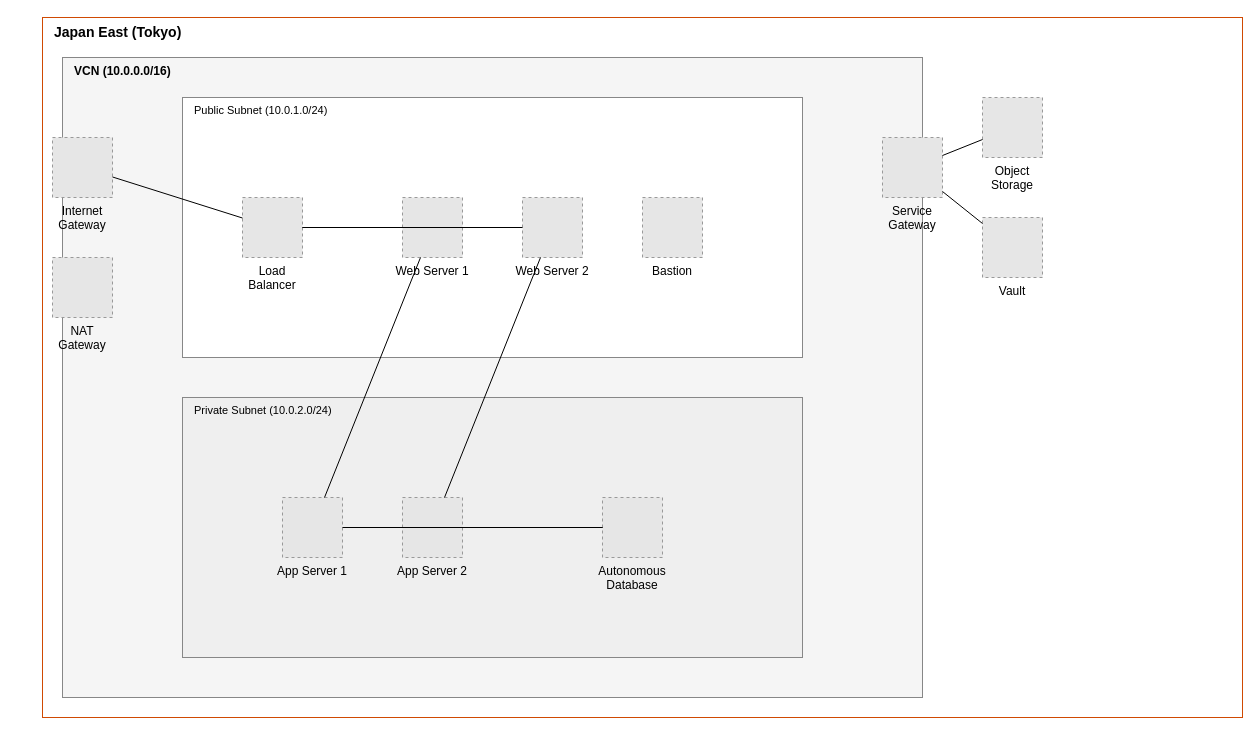
Earlier version of the draw.io diagram skills/oci-drawio/examples/basic-web-3tier.drawio (araidon/oci-skills). Source tidied: cells renumbered, new cells numbered last; positions are measured from the earlier drawing's top-left corner, leaving out a move shared by most shapes. Both pictures are drawn from the tidied source at 100%, with x=0, y=0 at pixel (42, 17). Pictures stored in the file or linked from it are replaced by grey dashed boxes.
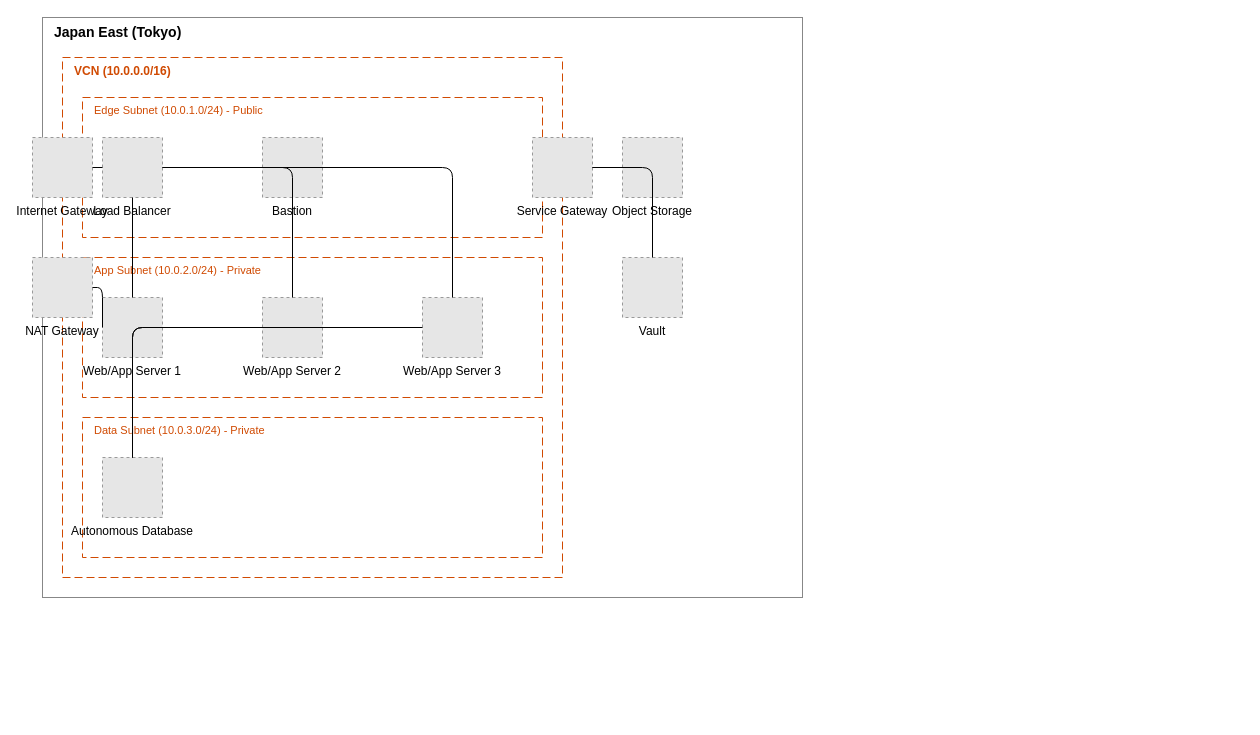
After the change.

The edit, as a diff of the source:
```diff
@@
-    <mxCell id="2" value="Japan East (Tokyo)" style="rounded=1;whiteSpace=wrap;html=1;arcSize=0;strokeColor=#D04A02;fillColor=#FFFFFF;dashed=0;verticalAlign=top;align=left;spacingLeft=10;fontStyle=1;fontSize=14;" parent="1" vertex="1">
-      <mxGeometry width="1200" height="700" as="geometry" />
+    <mxCell id="2" value="Japan East (Tokyo)" style="rounded=1;whiteSpace=wrap;html=1;arcSize=0;strokeColor=#878787;fillColor=#FFFFFF;dashed=0;verticalAlign=top;align=left;spacingLeft=10;fontStyle=1;fontSize=14;fontColor=#000000;" parent="1" vertex="1">
+      <mxGeometry width="760" height="580" as="geometry" />
     </mxCell>
-    <mxCell id="3" value="VCN (10.0.0.0/16)" style="rounded=1;whiteSpace=wrap;html=1;arcSize=0;strokeColor=#878787;fillColor=#F5F5F5;dashed=0;verticalAlign=top;align=left;spacingLeft=10;fontStyle=1;fontSize=12;" parent="2" vertex="1">
-      <mxGeometry x="20" y="40" width="860" height="640" as="geometry" />
+    <mxCell id="3" value="VCN (10.0.0.0/16)" style="rounded=1;whiteSpace=wrap;html=1;arcSize=0;strokeColor=#D04A02;fillColor=none;dashed=1;dashPattern=8 4;verticalAlign=top;align=left;spacingLeft=10;fontStyle=1;fontSize=12;fontColor=#D04A02;" parent="2" vertex="1">
+      <mxGeometry x="20" y="40" width="500" height="520" as="geometry" />
     </mxCell>
-    <mxCell id="4" value="Public Subnet (10.0.1.0/24)" style="rounded=1;whiteSpace=wrap;html=1;arcSize=0;strokeColor=#878787;fillColor=#FFFFFF;dashed=0;verticalAlign=top;align=left;spacingLeft=10;fontSize=11;" parent="3" vertex="1">
-      <mxGeometry x="120" y="40" width="620" height="260" as="geometry" />
-    </mxCell>
-    <mxCell id="5" value="Private Subnet (10.0.2.0/24)" style="rounded=1;whiteSpace=wrap;html=1;arcSize=0;strokeColor=#878787;fillColor=#EFEFEF;dashed=0;verticalAlign=top;align=left;spacingLeft=10;fontSize=11;" parent="3" vertex="1">
-      <mxGeometry x="120" y="340" width="620" height="260" as="geometry" />
-    </mxCell>
+    <mxCell id="27" value="Edge Subnet (10.0.1.0/24) - Public" style="rounded=1;whiteSpace=wrap;html=1;arcSize=0;strokeColor=#D04A02;fillColor=none;dashed=1;dashPattern=8 4;verticalAlign=top;align=left;spacingLeft=10;fontSize=11;fontColor=#D04A02;" parent="3" vertex="1">
+      <mxGeometry x="20" y="40" width="460" height="140" as="geometry" />
+    </mxCell>
+    <mxCell id="9" value="Load Balancer" style="fillColor=#E6E6E6;strokeColor=#999999;dashed=1;verticalLabelPosition=bottom;labelBackgroundColor=none;labelPosition=center;verticalAlign=top;" parent="27" vertex="1">
+      <mxGeometry x="20" y="40" width="60" height="60" as="geometry" />
+    </mxCell>
+    <mxCell id="10" value="Bastion" style="fillColor=#E6E6E6;strokeColor=#999999;dashed=1;verticalLabelPosition=bottom;labelBackgroundColor=none;labelPosition=center;verticalAlign=top;" parent="27" vertex="1">
+      <mxGeometry x="180" y="40" width="60" height="60" as="geometry" />
+    </mxCell>
+    <mxCell id="28" value="App Subnet (10.0.2.0/24) - Private" style="rounded=1;whiteSpace=wrap;html=1;arcSize=0;strokeColor=#D04A02;fillColor=none;dashed=1;dashPattern=8 4;verticalAlign=top;align=left;spacingLeft=10;fontSize=11;fontColor=#D04A02;" parent="3" vertex="1">
+      <mxGeometry x="20" y="200" width="460" height="140" as="geometry" />
+    </mxCell>
+    <mxCell id="13" value="Web/App Server 1" style="fillColor=#E6E6E6;strokeColor=#999999;dashed=1;verticalLabelPosition=bottom;labelBackgroundColor=none;labelPosition=center;verticalAlign=top;" parent="28" vertex="1">
+      <mxGeometry x="20" y="40" width="60" height="60" as="geometry" />
+    </mxCell>
+    <mxCell id="14" value="Web/App Server 2" style="fillColor=#E6E6E6;strokeColor=#999999;dashed=1;verticalLabelPosition=bottom;labelBackgroundColor=none;labelPosition=center;verticalAlign=top;" parent="28" vertex="1">
+      <mxGeometry x="180" y="40" width="60" height="60" as="geometry" />
+    </mxCell>
+    <mxCell id="29" value="Web/App Server 3" style="fillColor=#E6E6E6;strokeColor=#999999;dashed=1;verticalLabelPosition=bottom;labelBackgroundColor=none;labelPosition=center;verticalAlign=top;" parent="28" vertex="1">
+      <mxGeometry x="340" y="40" width="60" height="60" as="geometry" />
+    </mxCell>
+    <mxCell id="30" value="Data Subnet (10.0.3.0/24) - Private" style="rounded=1;whiteSpace=wrap;html=1;arcSize=0;strokeColor=#D04A02;fillColor=none;dashed=1;dashPattern=8 4;verticalAlign=top;align=left;spacingLeft=10;fontSize=11;fontColor=#D04A02;" parent="3" vertex="1">
+      <mxGeometry x="20" y="360" width="460" height="140" as="geometry" />
+    </mxCell>
+    <mxCell id="15" value="Autonomous Database" style="fillColor=#E6E6E6;strokeColor=#999999;dashed=1;verticalLabelPosition=bottom;labelBackgroundColor=none;labelPosition=center;verticalAlign=top;" parent="30" vertex="1">
+      <mxGeometry x="20" y="40" width="60" height="60" as="geometry" />
+    </mxCell>
-    <mxCell id="6" value="Internet&#10;Gateway" style="fillColor=#E6E6E6;strokeColor=#999999;dashed=1;verticalLabelPosition=bottom;labelBackgroundColor=none;labelPosition=center;verticalAlign=top;" parent="3" vertex="1">
-      <mxGeometry x="-10" y="80" width="60" height="60" as="geometry" />
+    <mxCell id="6" value="Internet Gateway" style="fillColor=#E6E6E6;strokeColor=#999999;dashed=1;verticalLabelPosition=bottom;labelBackgroundColor=none;labelPosition=center;verticalAlign=top;" parent="3" vertex="1">
+      <mxGeometry x="-30" y="80" width="60" height="60" as="geometry" />
     </mxCell>
-    <mxCell id="7" value="NAT&#10;Gateway" style="fillColor=#E6E6E6;strokeColor=#999999;dashed=1;verticalLabelPosition=bottom;labelBackgroundColor=none;labelPosition=center;verticalAlign=top;" parent="3" vertex="1">
-      <mxGeometry x="-10" y="200" width="60" height="60" as="geometry" />
+    <mxCell id="7" value="NAT Gateway" style="fillColor=#E6E6E6;strokeColor=#999999;dashed=1;verticalLabelPosition=bottom;labelBackgroundColor=none;labelPosition=center;verticalAlign=top;" parent="3" vertex="1">
+      <mxGeometry x="-30" y="200" width="60" height="60" as="geometry" />
     </mxCell>
-    <mxCell id="8" value="Service&#10;Gateway" style="fillColor=#E6E6E6;strokeColor=#999999;dashed=1;verticalLabelPosition=bottom;labelBackgroundColor=none;labelPosition=center;verticalAlign=top;" parent="3" vertex="1">
-      <mxGeometry x="820" y="80" width="60" height="60" as="geometry" />
+    <mxCell id="8" value="Service Gateway" style="fillColor=#E6E6E6;strokeColor=#999999;dashed=1;verticalLabelPosition=bottom;labelBackgroundColor=none;labelPosition=center;verticalAlign=top;" parent="3" vertex="1">
+      <mxGeometry x="470" y="80" width="60" height="60" as="geometry" />
     </mxCell>
-    <mxCell id="9" value="Load&#10;Balancer" style="fillColor=#E6E6E6;strokeColor=#999999;dashed=1;verticalLabelPosition=bottom;labelBackgroundColor=none;labelPosition=center;verticalAlign=top;" parent="4" vertex="1">
-      <mxGeometry x="60" y="100" width="60" height="60" as="geometry" />
-    </mxCell>
-    <mxCell id="10" value="Bastion" style="fillColor=#E6E6E6;strokeColor=#999999;dashed=1;verticalLabelPosition=bottom;labelBackgroundColor=none;labelPosition=center;verticalAlign=top;" parent="4" vertex="1">
-      <mxGeometry x="460" y="100" width="60" height="60" as="geometry" />
-    </mxCell>
-    <mxCell id="11" value="Web Server 1" style="fillColor=#E6E6E6;strokeColor=#999999;dashed=1;verticalLabelPosition=bottom;labelBackgroundColor=none;labelPosition=center;verticalAlign=top;" parent="4" vertex="1">
-      <mxGeometry x="220" y="100" width="60" height="60" as="geometry" />
-    </mxCell>
-    <mxCell id="12" value="Web Server 2" style="fillColor=#E6E6E6;strokeColor=#999999;dashed=1;verticalLabelPosition=bottom;labelBackgroundColor=none;labelPosition=center;verticalAlign=top;" parent="4" vertex="1">
-      <mxGeometry x="340" y="100" width="60" height="60" as="geometry" />
-    </mxCell>
-    <mxCell id="13" value="App Server 1" style="fillColor=#E6E6E6;strokeColor=#999999;dashed=1;verticalLabelPosition=bottom;labelBackgroundColor=none;labelPosition=center;verticalAlign=top;" parent="5" vertex="1">
-      <mxGeometry x="100" y="100" width="60" height="60" as="geometry" />
-    </mxCell>
-    <mxCell id="14" value="App Server 2" style="fillColor=#E6E6E6;strokeColor=#999999;dashed=1;verticalLabelPosition=bottom;labelBackgroundColor=none;labelPosition=center;verticalAlign=top;" parent="5" vertex="1">
-      <mxGeometry x="220" y="100" width="60" height="60" as="geometry" />
-    </mxCell>
-    <mxCell id="15" value="Autonomous&#10;Database" style="fillColor=#E6E6E6;strokeColor=#999999;dashed=1;verticalLabelPosition=bottom;labelBackgroundColor=none;labelPosition=center;verticalAlign=top;" parent="5" vertex="1">
-      <mxGeometry x="420" y="100" width="60" height="60" as="geometry" />
-    </mxCell>
-    <mxCell id="16" value="Object&#10;Storage" style="fillColor=#E6E6E6;strokeColor=#999999;dashed=1;verticalLabelPosition=bottom;labelBackgroundColor=none;labelPosition=center;verticalAlign=top;" parent="2" vertex="1">
-      <mxGeometry x="940" y="80" width="60" height="60" as="geometry" />
+    <mxCell id="16" value="Object Storage" style="fillColor=#E6E6E6;strokeColor=#999999;dashed=1;verticalLabelPosition=bottom;labelBackgroundColor=none;labelPosition=center;verticalAlign=top;" parent="2" vertex="1">
+      <mxGeometry x="580" y="120" width="60" height="60" as="geometry" />
     </mxCell>
     <mxCell id="17" value="Vault" style="fillColor=#E6E6E6;strokeColor=#999999;dashed=1;verticalLabelPosition=bottom;labelBackgroundColor=none;labelPosition=center;verticalAlign=top;" parent="2" vertex="1">
-      <mxGeometry x="940" y="200" width="60" height="60" as="geometry" />
+      <mxGeometry x="580" y="240" width="60" height="60" as="geometry" />
     </mxCell>
-    <mxCell id="18" style="endArrow=none;startArrow=none;" parent="1" edge="1" source="6" target="9">
+    <mxCell id="18" style="endArrow=none;startArrow=none;strokeColor=#000000;strokeWidth=1;edgeStyle=orthogonalEdgeStyle;" parent="1" edge="1" source="6" target="9">
       <mxGeometry relative="1" as="geometry" />
     </mxCell>
-    <mxCell id="19" style="endArrow=none;startArrow=none;" parent="1" edge="1" source="9" target="11">
-      <mxGeometry relative="1" as="geometry" />
-    </mxCell>
-    <mxCell id="20" style="endArrow=none;startArrow=none;" parent="1" edge="1" source="9" target="12">
-      <mxGeometry relative="1" as="geometry" />
-    </mxCell>
-    <mxCell id="21" style="endArrow=none;startArrow=none;" parent="1" edge="1" source="11" target="13">
-      <mxGeometry relative="1" as="geometry" />
-    </mxCell>
-    <mxCell id="22" style="endArrow=none;startArrow=none;" parent="1" edge="1" source="12" target="14">
-      <mxGeometry relative="1" as="geometry" />
-    </mxCell>
+    <mxCell id="31" style="endArrow=none;startArrow=none;strokeColor=#000000;strokeWidth=1;edgeStyle=orthogonalEdgeStyle;" parent="1" edge="1" source="9" target="13">
+      <mxGeometry relative="1" as="geometry" />
+    </mxCell>
+    <mxCell id="32" style="endArrow=none;startArrow=none;strokeColor=#000000;strokeWidth=1;edgeStyle=orthogonalEdgeStyle;" parent="1" edge="1" source="9" target="14">
+      <mxGeometry relative="1" as="geometry" />
+    </mxCell>
+    <mxCell id="33" style="endArrow=none;startArrow=none;strokeColor=#000000;strokeWidth=1;edgeStyle=orthogonalEdgeStyle;" parent="1" edge="1" source="9" target="29">
+      <mxGeometry relative="1" as="geometry" />
+    </mxCell>
-    <mxCell id="23" style="endArrow=none;startArrow=none;" parent="1" edge="1" source="13" target="15">
+    <mxCell id="23" style="endArrow=none;startArrow=none;strokeColor=#000000;strokeWidth=1;edgeStyle=orthogonalEdgeStyle;" parent="1" edge="1" source="13" target="15">
       <mxGeometry relative="1" as="geometry" />
     </mxCell>
-    <mxCell id="24" style="endArrow=none;startArrow=none;" parent="1" edge="1" source="14" target="15">
+    <mxCell id="24" style="endArrow=none;startArrow=none;strokeColor=#000000;strokeWidth=1;edgeStyle=orthogonalEdgeStyle;" parent="1" edge="1" source="14" target="15">
       <mxGeometry relative="1" as="geometry" />
     </mxCell>
+    <mxCell id="34" style="endArrow=none;startArrow=none;strokeColor=#000000;strokeWidth=1;edgeStyle=orthogonalEdgeStyle;" parent="1" edge="1" source="29" target="15">
+      <mxGeometry relative="1" as="geometry" />
+    </mxCell>
+    <mxCell id="35" style="endArrow=none;startArrow=none;strokeColor=#000000;strokeWidth=1;edgeStyle=orthogonalEdgeStyle;" parent="1" edge="1" source="7" target="13">
+      <mxGeometry relative="1" as="geometry" />
+    </mxCell>
-    <mxCell id="25" style="endArrow=none;startArrow=none;" parent="1" edge="1" source="8" target="16">
+    <mxCell id="25" style="endArrow=none;startArrow=none;strokeColor=#000000;strokeWidth=1;edgeStyle=orthogonalEdgeStyle;" parent="1" edge="1" source="8" target="16">
       <mxGeometry relative="1" as="geometry" />
     </mxCell>
-    <mxCell id="26" style="endArrow=none;startArrow=none;" parent="1" edge="1" source="8" target="17">
+    <mxCell id="26" style="endArrow=none;startArrow=none;strokeColor=#000000;strokeWidth=1;edgeStyle=orthogonalEdgeStyle;" parent="1" edge="1" source="8" target="17">
       <mxGeometry relative="1" as="geometry" />
     </mxCell>
```
